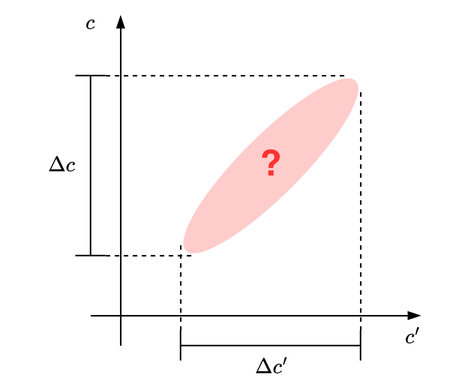
Above: pca.drawio.png in taehyounpark/draw-io-diagrams (draw.io), before the change. Source tidied: cells renumbered, new cells last; positions are measured from the earlier drawing's top-left corner, leaving out a move shared by most shapes.
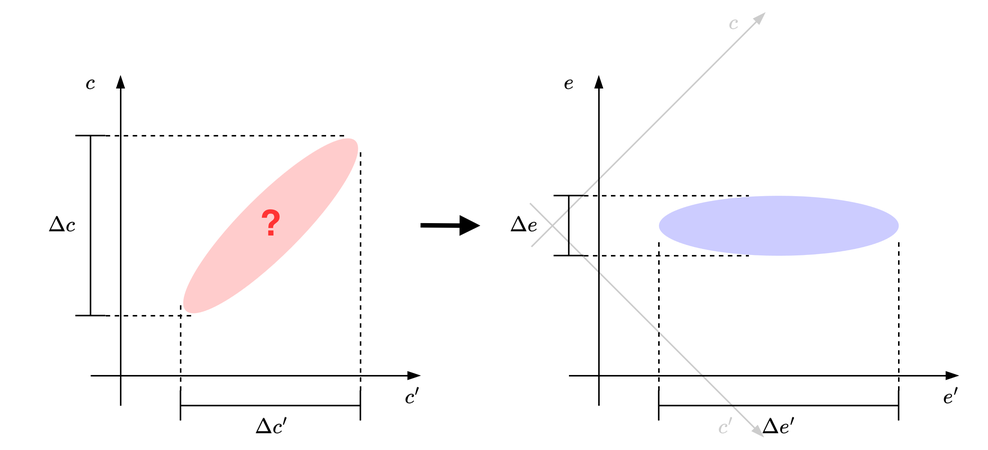
The same file after the commit.

The edit, as a diff of the source:
```diff
@@ -2,30 +2,57 @@
   <root>
     <mxCell id="0" />
     <mxCell id="1" parent="0" />
-    <mxCell id="2" style="endArrow=none;dashed=1;html=1;rounded=0;" parent="1" edge="1">
-      <mxGeometry relative="1" as="geometry">
-        <mxPoint x="70" y="50" as="sourcePoint" />
-        <mxPoint x="230" y="50" as="targetPoint" />
-      </mxGeometry>
-    </mxCell>
-    <mxCell id="3" style="endArrow=none;dashed=1;html=1;rounded=0;" parent="1" edge="1">
-      <mxGeometry relative="1" as="geometry">
-        <mxPoint x="70" y="170" as="sourcePoint" />
-        <mxPoint x="130" y="170" as="targetPoint" />
-      </mxGeometry>
-    </mxCell>
-    <mxCell id="4" style="endArrow=none;dashed=1;html=1;rounded=0;" parent="1" edge="1">
-      <mxGeometry relative="1" as="geometry">
-        <mxPoint x="120" y="220" as="sourcePoint" />
-        <mxPoint x="120" y="160" as="targetPoint" />
-      </mxGeometry>
-    </mxCell>
-    <mxCell id="5" style="endArrow=none;dashed=1;html=1;rounded=0;" parent="1" edge="1">
-      <mxGeometry relative="1" as="geometry">
-        <mxPoint x="240" y="220" as="sourcePoint" />
-        <mxPoint x="240" y="60" as="targetPoint" />
-      </mxGeometry>
-    </mxCell>
+    <mxCell id="16" style="endArrow=blockThin;html=1;rounded=0;endFill=1;strokeColor=#CCCCCC;" parent="1" edge="1">
+      <mxGeometry relative="1" as="geometry">
+        <mxPoint x="354" y="124" as="sourcePoint" />
+        <mxPoint x="510" y="-32" as="targetPoint" />
+      </mxGeometry>
+    </mxCell>
+    <mxCell id="17" style="endArrow=blockThin;html=1;rounded=0;endFill=1;strokeColor=#CCCCCC;" parent="1" edge="1">
+      <mxGeometry relative="1" as="geometry">
+        <mxPoint x="353" y="95" as="sourcePoint" />
+        <mxPoint x="509" y="251" as="targetPoint" />
+      </mxGeometry>
+    </mxCell>
+    <mxCell id="18" style="endArrow=blockThin;html=1;rounded=0;endFill=1;" parent="1" edge="1">
+      <mxGeometry relative="1" as="geometry">
+        <mxPoint x="399" y="230" as="sourcePoint" />
+        <mxPoint x="399" y="10" as="targetPoint" />
+      </mxGeometry>
+    </mxCell>
+    <mxCell id="19" style="endArrow=blockThin;html=1;rounded=0;endFill=1;" parent="1" edge="1">
+      <mxGeometry relative="1" as="geometry">
+        <mxPoint x="379" y="210" as="sourcePoint" />
+        <mxPoint x="639" y="210" as="targetPoint" />
+      </mxGeometry>
+    </mxCell>
+    <mxCell id="20" style="ellipse;whiteSpace=wrap;html=1;rotation=0;fillStyle=solid;fillColor=#CCCCFF;strokeColor=none;" parent="1" vertex="1">
+      <mxGeometry x="439" y="90" width="160" height="40" as="geometry" />
+    </mxCell>
+    <mxCell id="21" style="endArrow=none;dashed=1;html=1;rounded=0;" parent="1" edge="1">
+      <mxGeometry relative="1" as="geometry">
+        <mxPoint x="70" y="50" as="sourcePoint" />
+        <mxPoint x="230" y="50" as="targetPoint" />
+      </mxGeometry>
+    </mxCell>
+    <mxCell id="22" style="endArrow=none;dashed=1;html=1;rounded=0;" parent="1" edge="1">
+      <mxGeometry relative="1" as="geometry">
+        <mxPoint x="70" y="170" as="sourcePoint" />
+        <mxPoint x="130" y="170" as="targetPoint" />
+      </mxGeometry>
+    </mxCell>
+    <mxCell id="23" style="endArrow=none;dashed=1;html=1;rounded=0;" parent="1" edge="1">
+      <mxGeometry relative="1" as="geometry">
+        <mxPoint x="120" y="220" as="sourcePoint" />
+        <mxPoint x="120" y="160" as="targetPoint" />
+      </mxGeometry>
+    </mxCell>
+    <mxCell id="24" style="endArrow=none;dashed=1;html=1;rounded=0;" parent="1" edge="1">
+      <mxGeometry relative="1" as="geometry">
+        <mxPoint x="240" y="220" as="sourcePoint" />
+        <mxPoint x="240" y="60" as="targetPoint" />
+      </mxGeometry>
+    </mxCell>
     <mxCell id="6" style="shape=crossbar;whiteSpace=wrap;html=1;rounded=1;" parent="1" vertex="1">
       <mxGeometry x="120" y="220" width="120" height="20" as="geometry" />
     </mxCell>
@@ -38,18 +65,54 @@
     <mxCell id="9" value="&lt;div&gt;\(\Delta c'\)&lt;/div&gt;" style="text;html=1;align=center;verticalAlign=middle;strokeColor=none;fillColor=none;" parent="1" vertex="1">
       <mxGeometry x="140" y="230" width="80" height="30" as="geometry" />
     </mxCell>
-    <mxCell id="10" style="endArrow=blockThin;html=1;rounded=0;endFill=1;" parent="1" edge="1">
-      <mxGeometry relative="1" as="geometry">
-        <mxPoint x="80" y="230" as="sourcePoint" />
-        <mxPoint x="80" y="10" as="targetPoint" />
-      </mxGeometry>
-    </mxCell>
-    <mxCell id="11" style="endArrow=blockThin;html=1;rounded=0;endFill=1;" parent="1" edge="1">
-      <mxGeometry relative="1" as="geometry">
-        <mxPoint x="60" y="210" as="sourcePoint" />
-        <mxPoint x="280" y="210" as="targetPoint" />
-      </mxGeometry>
-    </mxCell>
+    <mxCell id="25" value="&lt;div&gt;\(\Delta e\)&lt;/div&gt;" style="text;html=1;align=center;verticalAlign=middle;strokeColor=none;fillColor=none;" parent="1" vertex="1">
+      <mxGeometry x="309" y="95" width="80" height="30" as="geometry" />
+    </mxCell>
+    <mxCell id="26" value="&lt;div&gt;\(\Delta e'\)&lt;/div&gt;" style="text;html=1;align=center;verticalAlign=middle;strokeColor=none;fillColor=none;" parent="1" vertex="1">
+      <mxGeometry x="479" y="230" width="80" height="30" as="geometry" />
+    </mxCell>
+    <mxCell id="27" style="endArrow=none;dashed=1;html=1;rounded=0;" parent="1" edge="1">
+      <mxGeometry relative="1" as="geometry">
+        <mxPoint x="439" y="220" as="sourcePoint" />
+        <mxPoint x="439" y="120" as="targetPoint" />
+      </mxGeometry>
+    </mxCell>
+    <mxCell id="28" style="endArrow=none;dashed=1;html=1;rounded=0;" parent="1" edge="1">
+      <mxGeometry relative="1" as="geometry">
+        <mxPoint x="599" y="220" as="sourcePoint" />
+        <mxPoint x="599" y="120" as="targetPoint" />
+      </mxGeometry>
+    </mxCell>
+    <mxCell id="29" style="shape=crossbar;whiteSpace=wrap;html=1;rounded=1;" parent="1" vertex="1">
+      <mxGeometry x="439" y="220" width="160" height="20" as="geometry" />
+    </mxCell>
+    <mxCell id="30" style="shape=crossbar;whiteSpace=wrap;html=1;rounded=1;rotation=-90;" parent="1" vertex="1">
+      <mxGeometry x="359" y="100" width="40" height="20" as="geometry" />
+    </mxCell>
+    <mxCell id="31" style="endArrow=none;dashed=1;html=1;rounded=0;" parent="1" edge="1">
+      <mxGeometry relative="1" as="geometry">
+        <mxPoint x="389" y="90" as="sourcePoint" />
+        <mxPoint x="499" y="90" as="targetPoint" />
+      </mxGeometry>
+    </mxCell>
+    <mxCell id="32" style="endArrow=none;dashed=1;html=1;rounded=0;" parent="1" edge="1">
+      <mxGeometry relative="1" as="geometry">
+        <mxPoint x="389" y="130" as="sourcePoint" />
+        <mxPoint x="499" y="130" as="targetPoint" />
+      </mxGeometry>
+    </mxCell>
+    <mxCell id="33" style="endArrow=blockThin;html=1;rounded=0;endFill=1;" parent="1" edge="1">
+      <mxGeometry relative="1" as="geometry">
+        <mxPoint x="80" y="230" as="sourcePoint" />
+        <mxPoint x="80" y="10" as="targetPoint" />
+      </mxGeometry>
+    </mxCell>
+    <mxCell id="34" style="endArrow=blockThin;html=1;rounded=0;endFill=1;" parent="1" edge="1">
+      <mxGeometry relative="1" as="geometry">
+        <mxPoint x="60" y="210" as="sourcePoint" />
+        <mxPoint x="280" y="210" as="targetPoint" />
+      </mxGeometry>
+    </mxCell>
     <mxCell id="12" style="ellipse;whiteSpace=wrap;html=1;rotation=-45;fillStyle=solid;fillColor=#FFCCCC;strokeColor=none;" parent="1" vertex="1">
       <mxGeometry x="100" y="90" width="160" height="40" as="geometry" />
     </mxCell>
@@ -59,6 +122,24 @@
     <mxCell id="14" value="&lt;div&gt;\(c'\)&lt;/div&gt;" style="text;html=1;align=center;verticalAlign=middle;strokeColor=none;fillColor=none;" parent="1" vertex="1">
       <mxGeometry x="250" y="210" width="50" height="30" as="geometry" />
     </mxCell>
+    <mxCell id="35" value="&lt;div&gt;\(e\)&lt;/div&gt;" style="text;html=1;align=center;verticalAlign=middle;strokeColor=none;fillColor=none;" parent="1" vertex="1">
+      <mxGeometry x="359" width="40" height="30" as="geometry" />
+    </mxCell>
+    <mxCell id="36" value="&lt;div&gt;\(e'\)&lt;/div&gt;" style="text;html=1;align=center;verticalAlign=middle;strokeColor=none;fillColor=none;" parent="1" vertex="1">
+      <mxGeometry x="609" y="210" width="50" height="30" as="geometry" />
+    </mxCell>
+    <mxCell id="37" value="&lt;div&gt;\(c'\)&lt;/div&gt;" style="text;html=1;align=center;verticalAlign=middle;strokeColor=none;fillColor=none;fontColor=#CCCCCC;" parent="1" vertex="1">
+      <mxGeometry x="459" y="230" width="50" height="30" as="geometry" />
+    </mxCell>
+    <mxCell id="38" value="&lt;div&gt;\(c\)&lt;/div&gt;" style="text;html=1;align=center;verticalAlign=middle;strokeColor=none;fillColor=none;fontColor=#CCCCCC;" parent="1" vertex="1">
+      <mxGeometry x="469" y="-40" width="40" height="30" as="geometry" />
+    </mxCell>
+    <mxCell id="39" style="endArrow=block;html=1;rounded=0;strokeWidth=3;endFill=1;" parent="1" edge="1">
+      <mxGeometry relative="1" as="geometry">
+        <mxPoint x="280" y="109.7" as="sourcePoint" />
+        <mxPoint x="320" y="110" as="targetPoint" />
+      </mxGeometry>
+    </mxCell>
     <mxCell id="15" value="&lt;div style=&quot;font-size: 24px;&quot;&gt;?&lt;br&gt;&lt;/div&gt;" style="text;html=1;align=center;verticalAlign=middle;strokeColor=none;fillColor=none;fontStyle=1;fontSize=15;fontColor=#FF3333;" parent="1" vertex="1">
       <mxGeometry x="160" y="90" width="40" height="40" as="geometry" />
     </mxCell>
```
